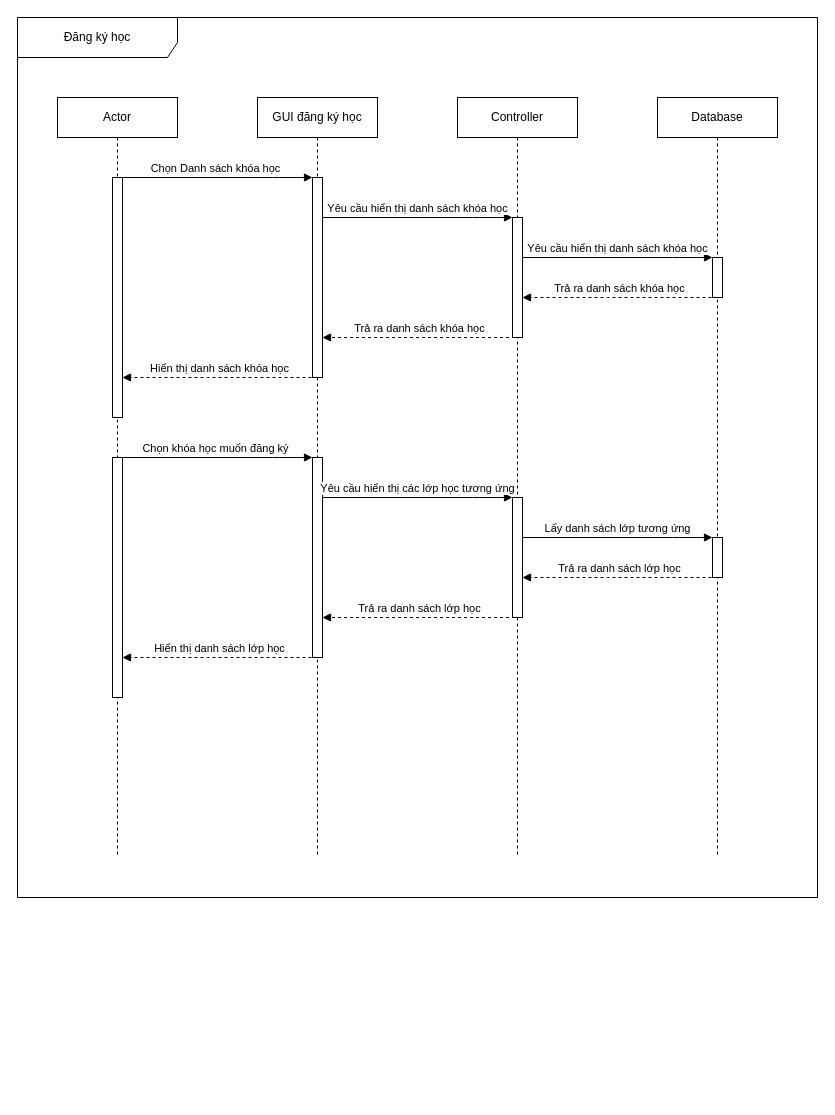
Before: page "Trang-6" (6 of 6) of Biểu đồ không có tiêu đề.drawio in dctuyen/myFinalYearProject, a draw.io diagram. Source tidied: cells renumbered, new cells numbered last; positions are measured from the earlier drawing's top-left corner, leaving out a move shared by most shapes. Both pictures are drawn from the tidied source at 100%, with x=0, y=0 at pixel (17, 17).
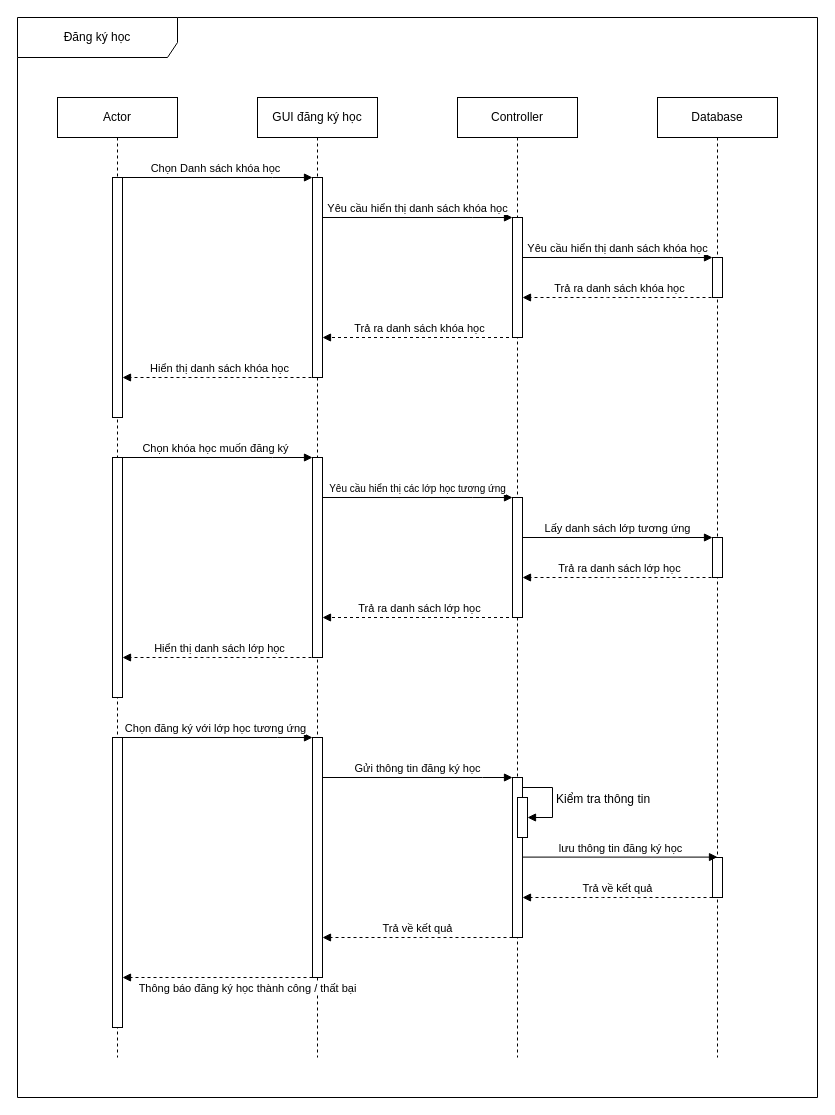
Above is the later version.

Unchanged cells that the change refers to:
```xml
<mxCell id="6" style="html=1;points=[];perimeter=orthogonalPerimeter;outlineConnect=0;targetShapes=umlLifeline;portConstraint=eastwest;newEdgeStyle={&quot;edgeStyle&quot;:&quot;elbowEdgeStyle&quot;,&quot;elbow&quot;:&quot;vertical&quot;,&quot;curved&quot;:0,&quot;rounded&quot;:0};" parent="4" vertex="1">
  <mxGeometry x="55" y="360" width="10" height="200" as="geometry" />
</mxCell>
```

Diff of the diagram source:
```diff
@@
     <mxCell id="2" value="Actor" style="shape=umlLifeline;perimeter=lifelinePerimeter;whiteSpace=wrap;html=1;outlineConnect=0;portConstraint=eastwest;newEdgeStyle={&quot;edgeStyle&quot;:&quot;elbowEdgeStyle&quot;,&quot;elbow&quot;:&quot;vertical&quot;,&quot;curved&quot;:0,&quot;rounded&quot;:0};" parent="1" vertex="1">
-      <mxGeometry x="40" y="80" width="120" height="760" as="geometry" />
+      <mxGeometry x="40" y="80" width="120" height="960" as="geometry" />
     </mxCell>
     <mxCell id="3" value="Đăng ký học" style="shape=umlFrame;whiteSpace=wrap;html=1;width=160;height=40;" parent="1" vertex="1">
-      <mxGeometry width="800" height="880" as="geometry" />
+      <mxGeometry width="800" height="1080" as="geometry" />
     </mxCell>
     <mxCell id="4" value="GUI đăng ký học" style="shape=umlLifeline;perimeter=lifelinePerimeter;whiteSpace=wrap;html=1;newEdgeStyle={&quot;edgeStyle&quot;:&quot;elbowEdgeStyle&quot;,&quot;elbow&quot;:&quot;vertical&quot;,&quot;curved&quot;:0,&quot;rounded&quot;:0};" parent="1" vertex="1">
-      <mxGeometry x="240" y="80" width="120" height="760" as="geometry" />
+      <mxGeometry x="240" y="80" width="120" height="960" as="geometry" />
     </mxCell>
@@
-    <mxCell id="8" value="Yêu cầu hiển thị các lớp học tương ứng" style="html=1;verticalAlign=bottom;endArrow=block;edgeStyle=elbowEdgeStyle;elbow=vertical;curved=0;rounded=0;" parent="4" edge="1" source="6">
+    <mxCell id="8" value="&lt;font style=&quot;font-size: 10px;&quot;&gt;Yêu cầu hiển thị các lớp học tương ứng&lt;/font&gt;" style="html=1;verticalAlign=bottom;endArrow=block;edgeStyle=elbowEdgeStyle;elbow=vertical;curved=0;rounded=0;" parent="4" edge="1" source="6">
       <mxGeometry relative="1" as="geometry">
         <mxPoint x="255" y="400" as="targetPoint" />
         <Array as="points">
           <mxPoint x="215" y="400" />
         </Array>
       </mxGeometry>
     </mxCell>
@@
     <mxCell id="14" value="Controller" style="shape=umlLifeline;perimeter=lifelinePerimeter;whiteSpace=wrap;html=1;newEdgeStyle={&quot;edgeStyle&quot;:&quot;elbowEdgeStyle&quot;,&quot;elbow&quot;:&quot;vertical&quot;,&quot;curved&quot;:0,&quot;rounded&quot;:0};" parent="1" vertex="1">
-      <mxGeometry x="440" y="80" width="120" height="760" as="geometry" />
+      <mxGeometry x="440" y="80" width="120" height="960" as="geometry" />
     </mxCell>
@@
+    <mxCell id="27" style="html=1;points=[];perimeter=orthogonalPerimeter;outlineConnect=0;targetShapes=umlLifeline;portConstraint=eastwest;newEdgeStyle={&quot;edgeStyle&quot;:&quot;elbowEdgeStyle&quot;,&quot;elbow&quot;:&quot;vertical&quot;,&quot;curved&quot;:0,&quot;rounded&quot;:0};" parent="14" vertex="1">
+      <mxGeometry x="55" y="680" width="10" height="160" as="geometry" />
+    </mxCell>
+    <mxCell id="28" value="&lt;font style=&quot;font-size: 12px;&quot;&gt;Kiểm tra thông tin&lt;/font&gt;" style="html=1;align=left;spacingLeft=2;endArrow=block;rounded=0;edgeStyle=orthogonalEdgeStyle;curved=0;rounded=0;fontSize=12;" parent="14" edge="1" target="29">
+      <mxGeometry x="-0.01" relative="1" as="geometry">
+        <mxPoint x="65" y="690" as="sourcePoint" />
+        <Array as="points">
+          <mxPoint x="95" y="690" />
+          <mxPoint x="95" y="720" />
+        </Array>
+      </mxGeometry>
+    </mxCell>
+    <mxCell id="29" style="html=1;points=[];perimeter=orthogonalPerimeter;outlineConnect=0;targetShapes=umlLifeline;portConstraint=eastwest;newEdgeStyle={&quot;edgeStyle&quot;:&quot;elbowEdgeStyle&quot;,&quot;elbow&quot;:&quot;vertical&quot;,&quot;curved&quot;:0,&quot;rounded&quot;:0};fontSize=12;" parent="14" vertex="1">
+      <mxGeometry x="60" y="700" width="10" height="40" as="geometry" />
+    </mxCell>
     <mxCell id="17" value="Database" style="shape=umlLifeline;perimeter=lifelinePerimeter;whiteSpace=wrap;html=1;newEdgeStyle={&quot;edgeStyle&quot;:&quot;elbowEdgeStyle&quot;,&quot;elbow&quot;:&quot;vertical&quot;,&quot;curved&quot;:0,&quot;rounded&quot;:0};" parent="1" vertex="1">
-      <mxGeometry x="640" y="80" width="120" height="760" as="geometry" />
+      <mxGeometry x="640" y="80" width="120" height="960" as="geometry" />
     </mxCell>
@@
+    <mxCell id="30" style="html=1;points=[];perimeter=orthogonalPerimeter;outlineConnect=0;targetShapes=umlLifeline;portConstraint=eastwest;newEdgeStyle={&quot;edgeStyle&quot;:&quot;elbowEdgeStyle&quot;,&quot;elbow&quot;:&quot;vertical&quot;,&quot;curved&quot;:0,&quot;rounded&quot;:0};" parent="17" vertex="1">
+      <mxGeometry x="55" y="760" width="10" height="40" as="geometry" />
+    </mxCell>
@@
+    <mxCell id="31" value="Chọn đăng ký với lớp học tương ứng" style="html=1;verticalAlign=bottom;endArrow=block;edgeStyle=elbowEdgeStyle;elbow=vertical;curved=0;rounded=0;" parent="1" edge="1" source="2" target="32">
+      <mxGeometry relative="1" as="geometry">
+        <Array as="points">
+          <mxPoint x="260" y="720" />
+        </Array>
+      </mxGeometry>
+    </mxCell>
+    <mxCell id="32" style="html=1;points=[];perimeter=orthogonalPerimeter;outlineConnect=0;targetShapes=umlLifeline;portConstraint=eastwest;newEdgeStyle={&quot;edgeStyle&quot;:&quot;elbowEdgeStyle&quot;,&quot;elbow&quot;:&quot;vertical&quot;,&quot;curved&quot;:0,&quot;rounded&quot;:0};" parent="1" vertex="1">
+      <mxGeometry x="295" y="720" width="10" height="240" as="geometry" />
+    </mxCell>
+    <mxCell id="33" style="html=1;points=[];perimeter=orthogonalPerimeter;outlineConnect=0;targetShapes=umlLifeline;portConstraint=eastwest;newEdgeStyle={&quot;edgeStyle&quot;:&quot;elbowEdgeStyle&quot;,&quot;elbow&quot;:&quot;vertical&quot;,&quot;curved&quot;:0,&quot;rounded&quot;:0};" parent="1" vertex="1">
+      <mxGeometry x="95" y="720" width="10" height="290" as="geometry" />
+    </mxCell>
+    <mxCell id="34" value="Gửi thông tin đăng ký học" style="html=1;verticalAlign=bottom;endArrow=block;edgeStyle=elbowEdgeStyle;elbow=vertical;curved=0;rounded=0;" parent="1" edge="1" source="32" target="27">
+      <mxGeometry relative="1" as="geometry">
+        <Array as="points">
+          <mxPoint x="465" y="760" />
+        </Array>
+      </mxGeometry>
+    </mxCell>
+    <mxCell id="35" value="lưu thông tin đăng ký học" style="html=1;verticalAlign=bottom;endArrow=block;edgeStyle=elbowEdgeStyle;elbow=vertical;curved=0;rounded=0;" parent="1" edge="1" source="27" target="30">
+      <mxGeometry relative="1" as="geometry">
+        <Array as="points">
+          <mxPoint x="660" y="839.6" />
+        </Array>
+      </mxGeometry>
+    </mxCell>
+    <mxCell id="36" value="Trả về kết quả" style="html=1;verticalAlign=bottom;endArrow=block;edgeStyle=elbowEdgeStyle;elbow=vertical;curved=0;rounded=0;dashed=1;" parent="1" edge="1" source="30" target="27">
+      <mxGeometry relative="1" as="geometry">
+        <Array as="points">
+          <mxPoint x="585" y="880" />
+          <mxPoint x="635" y="970" />
+          <mxPoint x="625" y="880" />
+          <mxPoint x="575" y="920" />
+          <mxPoint x="475" y="920" />
+          <mxPoint x="645" y="960" />
+          <mxPoint x="655" y="850" />
+        </Array>
+      </mxGeometry>
+    </mxCell>
+    <mxCell id="37" value="Trả về kết quả" style="html=1;verticalAlign=bottom;endArrow=block;edgeStyle=elbowEdgeStyle;elbow=vertical;curved=0;rounded=0;dashed=1;" parent="1" edge="1" source="27" target="32">
+      <mxGeometry relative="1" as="geometry">
+        <Array as="points">
+          <mxPoint x="387.5" y="920" />
+          <mxPoint x="437.5" y="1010" />
+          <mxPoint x="427.5" y="920" />
+          <mxPoint x="377.5" y="960" />
+          <mxPoint x="277.5" y="960" />
+          <mxPoint x="447.5" y="1000" />
+          <mxPoint x="457.5" y="890" />
+        </Array>
+      </mxGeometry>
+    </mxCell>
+    <mxCell id="38" value="Thông báo đăng ký học thành công / thất bại" style="html=1;verticalAlign=bottom;endArrow=block;edgeStyle=elbowEdgeStyle;elbow=vertical;curved=0;rounded=0;dashed=1;" parent="1" edge="1" target="33">
+      <mxGeometry x="-0.32" y="20" relative="1" as="geometry">
+        <mxPoint x="295" y="960" as="sourcePoint" />
+        <Array as="points">
+          <mxPoint x="187.5" y="960" />
+          <mxPoint x="237.5" y="1050" />
+          <mxPoint x="227.5" y="960" />
+          <mxPoint x="177.5" y="1000" />
+          <mxPoint x="77.5" y="1000" />
+          <mxPoint x="247.5" y="1040" />
+          <mxPoint x="257.5" y="930" />
+        </Array>
+      </mxGeometry>
+    </mxCell>
```
